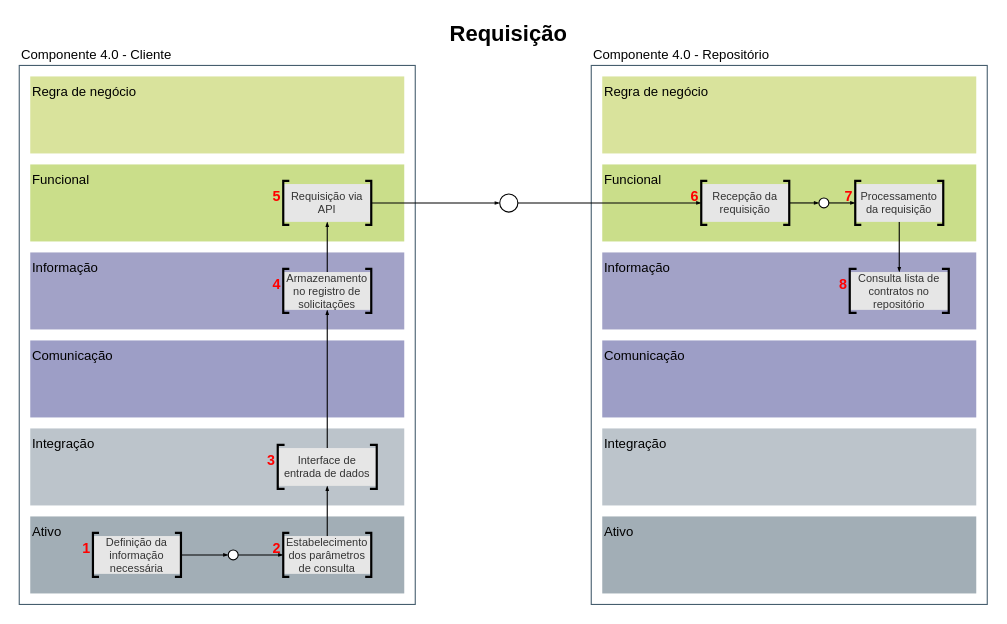
hvitoi/i4.0-PLM keeps this draw.io diagram as page "rami-busca-requisicao" (12 of 17) of images/diagramas/diagramas.drawio. Above is the earlier version. Source tidied: cells renumbered, new cells numbered last; positions are measured from the earlier drawing's top-left corner, leaving out a move shared by most shapes. Both pictures are drawn from the tidied source at 110%, with x=0, y=0 at pixel (19, 21).
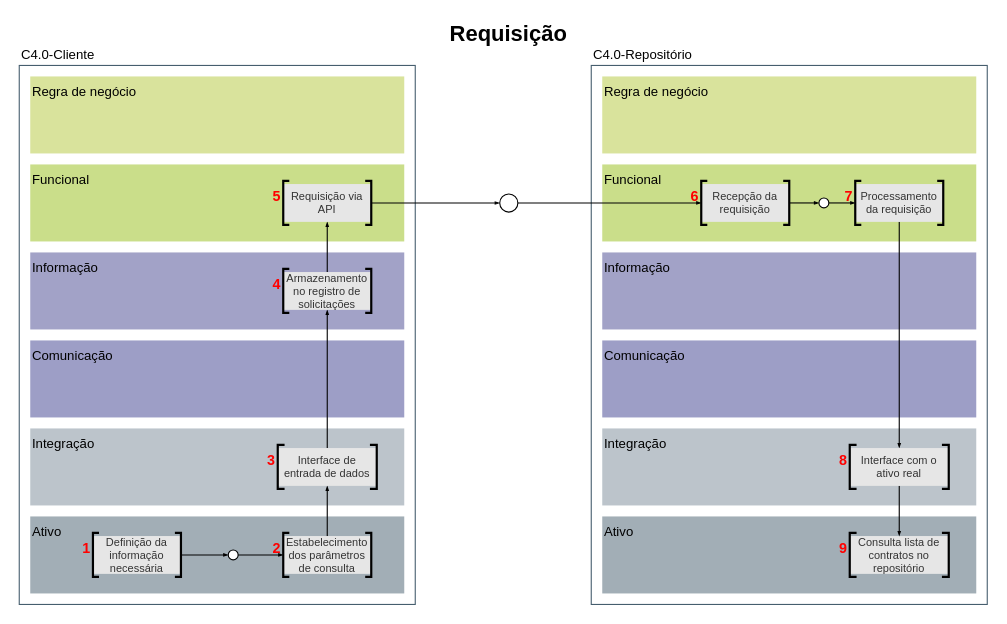
Above is the later version.

Unchanged cells that the change refers to:
```xml
<mxCell id="4" style="group;" parent="3" vertex="1">
  <mxGeometry width="350" height="480" as="geometry" />
</mxCell>
<mxCell id="21" value="Processamento da requisição" style="rounded=0;whiteSpace=wrap;labelBackgroundColor=none;fontSize=10;fontColor=#333333;strokeColor=none;fontStyle=0;fillColor=#E6E6E6;" parent="20" vertex="1">
  <mxGeometry y="2.8" width="80" height="34.4" as="geometry" />
</mxCell>
<mxCell id="25" value="Consulta lista de contratos no repositório" style="rounded=0;whiteSpace=wrap;labelBackgroundColor=none;fontSize=10;fontColor=#333333;strokeColor=none;fontStyle=0;fillColor=#E6E6E6;" parent="24" vertex="1">
  <mxGeometry y="2.8" width="90" height="34.4" as="geometry" />
</mxCell>
<mxCell id="29" style="group;" parent="28" vertex="1">
  <mxGeometry width="350" height="480" as="geometry" />
</mxCell>
```

The edit, as a diff of the source:
```diff
@@
-    <mxCell id="11" value="Componente 4.0 - Repositório" style="rounded=0;whiteSpace=wrap;html=1;shadow=0;comic=0;labelBackgroundColor=none;strokeColor=#465E6E;fillColor=none;gradientColor=none;align=left;labelPosition=center;verticalLabelPosition=top;verticalAlign=bottom;" parent="4" vertex="1">
+    <mxCell id="11" value="C4.0-Repositório" style="rounded=0;whiteSpace=wrap;html=1;shadow=0;comic=0;labelBackgroundColor=none;strokeColor=#465E6E;fillColor=none;gradientColor=none;align=left;labelPosition=center;verticalLabelPosition=top;verticalAlign=bottom;" parent="4" vertex="1">
       <mxGeometry x="-10" y="-10" width="360" height="490" as="geometry" />
     </mxCell>
@@
-    <mxCell id="15" style="endArrow=blockThin;html=1;fontSize=10;fontColor=#000000;strokeWidth=1;endFill=1;endSize=2;startSize=5;jumpSize=6;entryX=0.5;entryY=0;entryDx=0;entryDy=0;exitX=0.5;exitY=1;exitDx=0;exitDy=0;rounded=0;" parent="4" edge="1" source="21" target="25">
+    <mxCell id="15" style="endArrow=blockThin;html=1;fontSize=10;fontColor=#000000;strokeWidth=1;endFill=1;endSize=2;startSize=5;jumpSize=6;entryX=0.5;entryY=0;entryDx=0;entryDy=0;exitX=0.5;exitY=1;exitDx=0;exitDy=0;rounded=0;" parent="4" edge="1" source="21" target="69">
       <mxGeometry relative="1" as="geometry" />
     </mxCell>
@@
-    <mxCell id="24" value="8" style="group;labelPosition=left;verticalLabelPosition=middle;align=right;verticalAlign=top;fontSize=13;fontStyle=1;fontColor=#FF0000;" parent="4" vertex="1">
-      <mxGeometry x="225" y="175" width="90" height="40" as="geometry" />
+    <mxCell id="24" value="9" style="group;labelPosition=left;verticalLabelPosition=middle;align=right;verticalAlign=top;fontSize=13;fontStyle=1;fontColor=#FF0000;" parent="4" vertex="1">
+      <mxGeometry x="225" y="415" width="90" height="40" as="geometry" />
     </mxCell>
@@
+    <mxCell id="67" style="endArrow=blockThin;html=1;fontSize=10;fontColor=#000000;strokeWidth=1;endFill=1;endSize=2;startSize=5;jumpSize=6;entryX=0.5;entryY=0;entryDx=0;entryDy=0;exitX=0.5;exitY=1;exitDx=0;exitDy=0;rounded=0;" parent="4" edge="1" source="69" target="25">
+      <mxGeometry relative="1" as="geometry" />
+    </mxCell>
+    <mxCell id="68" value="8" style="group;labelPosition=left;verticalLabelPosition=middle;align=right;verticalAlign=top;fontSize=13;fontStyle=1;fontColor=#FF0000;" parent="4" vertex="1">
+      <mxGeometry x="225" y="335" width="90" height="40" as="geometry" />
+    </mxCell>
+    <mxCell id="69" value="Interface com o ativo real" style="rounded=0;whiteSpace=wrap;labelBackgroundColor=none;fontSize=10;fontColor=#333333;strokeColor=none;fontStyle=0;fillColor=#E6E6E6;" parent="68" vertex="1">
+      <mxGeometry y="2.8" width="90" height="34.4" as="geometry" />
+    </mxCell>
+    <mxCell id="70" style="strokeWidth=2;html=1;shape=mxgraph.flowchart.annotation_1;align=left;" parent="68" vertex="1">
+      <mxGeometry width="6.2" height="40" as="geometry" />
+    </mxCell>
+    <mxCell id="71" style="strokeWidth=2;html=1;shape=mxgraph.flowchart.annotation_1;align=left;rotation=-180;" parent="68" vertex="1">
+      <mxGeometry x="83.8" width="6.2" height="40" as="geometry" />
+    </mxCell>
@@
-    <mxCell id="30" value="Componente 4.0 - Cliente" style="rounded=0;whiteSpace=wrap;html=1;shadow=0;comic=0;labelBackgroundColor=none;strokeColor=#465E6E;fillColor=none;gradientColor=none;align=left;labelPosition=center;verticalLabelPosition=top;verticalAlign=bottom;" parent="29" vertex="1">
+    <mxCell id="30" value="C4.0-Cliente" style="rounded=0;whiteSpace=wrap;html=1;shadow=0;comic=0;labelBackgroundColor=none;strokeColor=#465E6E;fillColor=none;gradientColor=none;align=left;labelPosition=center;verticalLabelPosition=top;verticalAlign=bottom;" parent="29" vertex="1">
       <mxGeometry x="-10" y="-10" width="360" height="490" as="geometry" />
     </mxCell>
```
